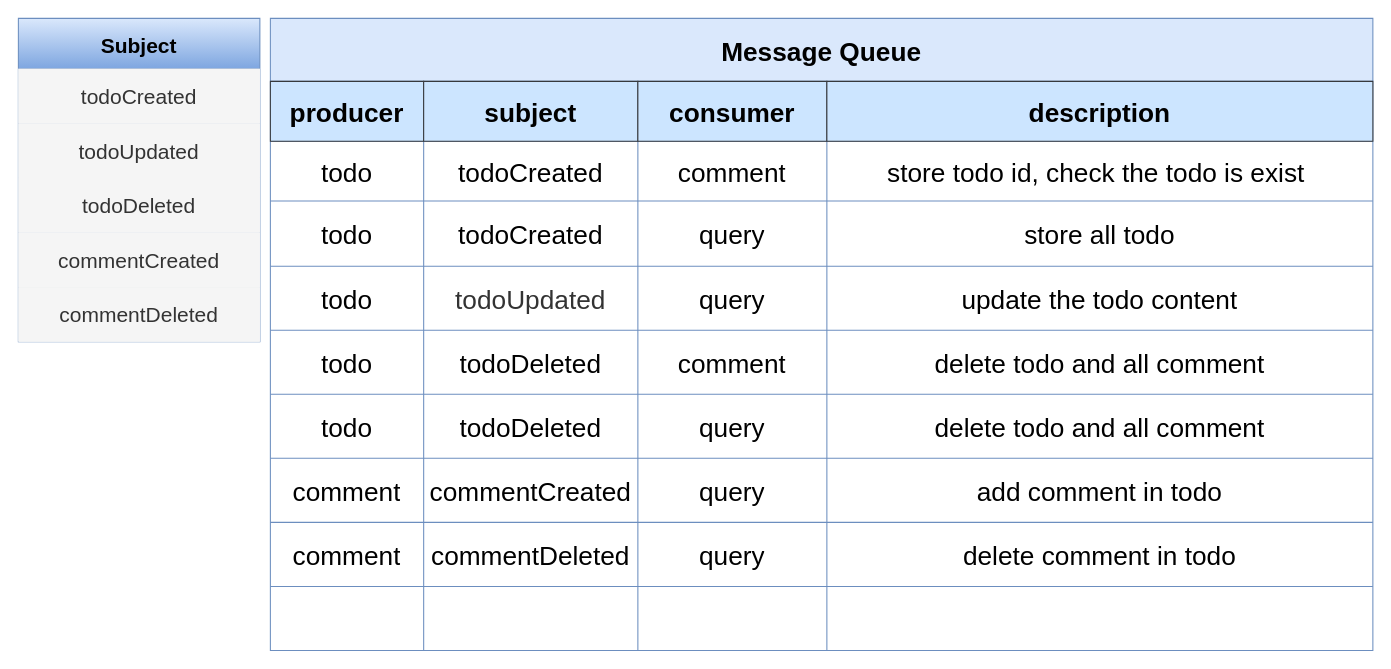
fan0223/TaskTracker keeps this draw.io diagram as page "第3頁" (3 of 3) of Untitled Diagram.drawio. Above is the earlier version. Source tidied: cells renumbered, new cells numbered last; positions are measured from the earlier drawing's top-left corner, leaving out a move shared by most shapes. Both pictures are drawn from the tidied source at 105%, with x=0, y=0 at pixel (18, 18).
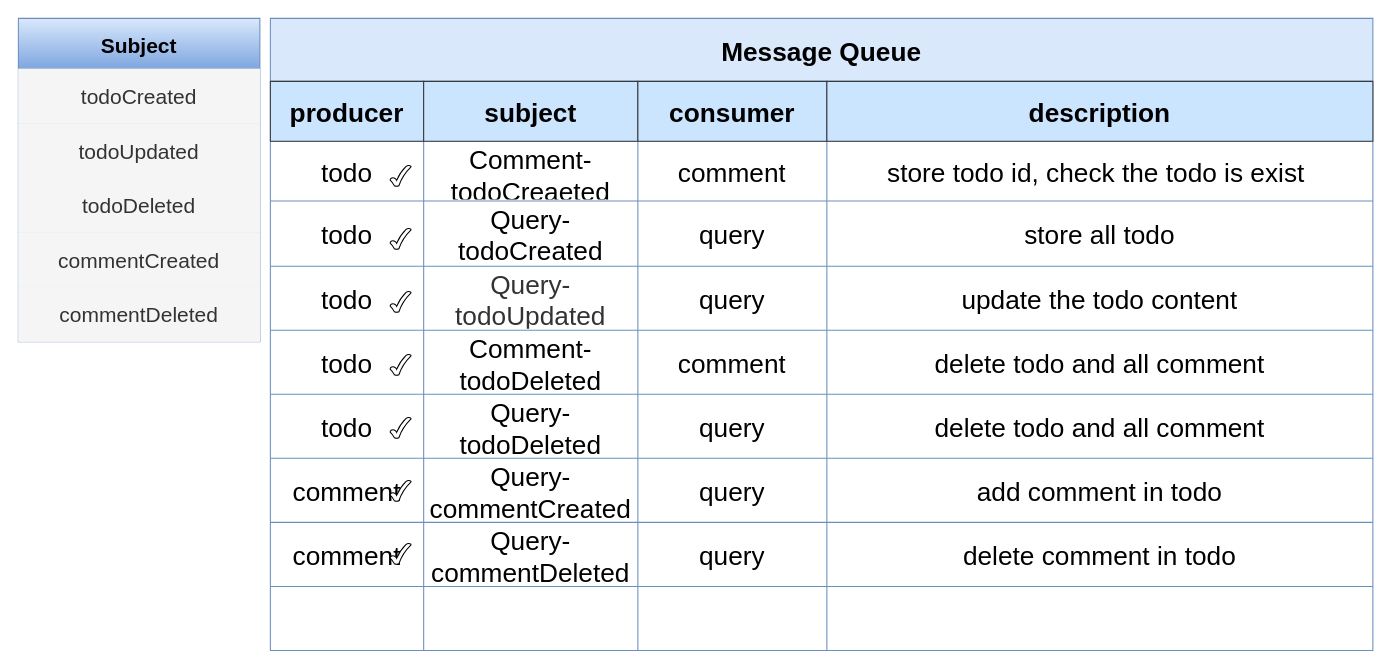
After the change.

Unchanged cells that the change refers to:
```xml
<mxCell id="8" style="shape=partialRectangle;html=1;whiteSpace=wrap;fillColor=none;top=0;left=0;bottom=0;right=0;fontSize=25;" parent="2" vertex="1">
  <mxGeometry y="117" width="1050" height="57" as="geometry" />
</mxCell>
<mxCell id="13" style="shape=partialRectangle;html=1;whiteSpace=wrap;fillColor=none;top=0;left=0;bottom=0;right=0;fontSize=25;" parent="2" vertex="1">
  <mxGeometry y="174" width="1050" height="62" as="geometry" />
</mxCell>
<mxCell id="18" style="shape=partialRectangle;html=1;whiteSpace=wrap;fillColor=none;top=0;left=0;bottom=0;right=0;fontSize=25;" parent="2" vertex="1">
  <mxGeometry y="236" width="1050" height="61" as="geometry" />
</mxCell>
<mxCell id="23" style="shape=partialRectangle;html=1;whiteSpace=wrap;fillColor=none;top=0;left=0;bottom=0;right=0;fontSize=25;" parent="2" vertex="1">
  <mxGeometry y="297" width="1050" height="61" as="geometry" />
</mxCell>
<mxCell id="28" style="shape=partialRectangle;html=1;whiteSpace=wrap;fillColor=none;top=0;left=0;bottom=0;right=0;fontSize=25;" parent="2" vertex="1">
  <mxGeometry y="358" width="1050" height="61" as="geometry" />
</mxCell>
<mxCell id="33" style="shape=partialRectangle;html=1;whiteSpace=wrap;fillColor=none;top=0;left=0;bottom=0;right=0;fontSize=25;" parent="2" vertex="1">
  <mxGeometry y="419" width="1050" height="61" as="geometry" />
</mxCell>
<mxCell id="38" style="shape=partialRectangle;html=1;whiteSpace=wrap;fillColor=none;top=0;left=0;bottom=0;right=0;fontSize=25;" parent="2" vertex="1">
  <mxGeometry y="480" width="1050" height="61" as="geometry" />
</mxCell>
```

What changed in the source:
```diff
@@
-    <mxCell id="10" value="todoCreated" style="shape=partialRectangle;html=1;whiteSpace=wrap;fillColor=none;top=0;left=0;bottom=0;right=0;overflow=hidden;fontSize=25;" parent="8" vertex="1">
+    <mxCell id="10" value="Comment-todoCreaeted" style="shape=partialRectangle;html=1;whiteSpace=wrap;fillColor=none;top=0;left=0;bottom=0;right=0;overflow=hidden;fontSize=25;" parent="8" vertex="1">
       <mxGeometry x="146" width="204" height="57" as="geometry" />
     </mxCell>
@@
-    <mxCell id="15" value="&lt;span&gt;todoCreated&lt;/span&gt;" style="shape=partialRectangle;html=1;whiteSpace=wrap;fillColor=none;top=0;left=0;bottom=0;right=0;overflow=hidden;fontSize=25;" parent="13" vertex="1">
+    <mxCell id="15" value="&lt;span&gt;Query-todoCreated&lt;/span&gt;" style="shape=partialRectangle;html=1;whiteSpace=wrap;fillColor=none;top=0;left=0;bottom=0;right=0;overflow=hidden;fontSize=25;" parent="13" vertex="1">
       <mxGeometry x="146" width="204" height="62" as="geometry" />
     </mxCell>
@@
-    <mxCell id="20" value="&lt;span style=&quot;color: rgb(51 , 51 , 51)&quot;&gt;&lt;font style=&quot;font-size: 25px&quot;&gt;todoUpdated&lt;/font&gt;&lt;/span&gt;" style="shape=partialRectangle;html=1;whiteSpace=wrap;fillColor=none;top=0;left=0;bottom=0;right=0;overflow=hidden;fontSize=25;" parent="18" vertex="1">
+    <mxCell id="20" value="&lt;span style=&quot;color: rgb(51 , 51 , 51)&quot;&gt;&lt;font style=&quot;font-size: 25px&quot;&gt;Query-todoUpdated&lt;/font&gt;&lt;/span&gt;" style="shape=partialRectangle;html=1;whiteSpace=wrap;fillColor=none;top=0;left=0;bottom=0;right=0;overflow=hidden;fontSize=25;" parent="18" vertex="1">
       <mxGeometry x="146" width="204" height="61" as="geometry" />
     </mxCell>
@@
-    <mxCell id="25" value="todoDeleted" style="shape=partialRectangle;html=1;whiteSpace=wrap;fillColor=none;top=0;left=0;bottom=0;right=0;overflow=hidden;fontSize=25;" parent="23" vertex="1">
+    <mxCell id="25" value="Comment-todoDeleted" style="shape=partialRectangle;html=1;whiteSpace=wrap;fillColor=none;top=0;left=0;bottom=0;right=0;overflow=hidden;fontSize=25;" parent="23" vertex="1">
       <mxGeometry x="146" width="204" height="61" as="geometry" />
     </mxCell>
@@
-    <mxCell id="30" value="&lt;span&gt;todoDeleted&lt;/span&gt;" style="shape=partialRectangle;html=1;whiteSpace=wrap;fillColor=none;top=0;left=0;bottom=0;right=0;overflow=hidden;fontSize=25;" parent="28" vertex="1">
+    <mxCell id="30" value="&lt;span&gt;Query-todoDeleted&lt;/span&gt;" style="shape=partialRectangle;html=1;whiteSpace=wrap;fillColor=none;top=0;left=0;bottom=0;right=0;overflow=hidden;fontSize=25;" parent="28" vertex="1">
       <mxGeometry x="146" width="204" height="61" as="geometry" />
     </mxCell>
@@
-    <mxCell id="35" value="commentCreated" style="shape=partialRectangle;html=1;whiteSpace=wrap;fillColor=none;top=0;left=0;bottom=0;right=0;overflow=hidden;fontSize=25;" parent="33" vertex="1">
+    <mxCell id="35" value="Query-commentCreated" style="shape=partialRectangle;html=1;whiteSpace=wrap;fillColor=none;top=0;left=0;bottom=0;right=0;overflow=hidden;fontSize=25;" parent="33" vertex="1">
       <mxGeometry x="146" width="204" height="61" as="geometry" />
     </mxCell>
@@
-    <mxCell id="40" value="&lt;span&gt;commentDeleted&lt;/span&gt;" style="shape=partialRectangle;html=1;whiteSpace=wrap;fillColor=none;top=0;left=0;bottom=0;right=0;overflow=hidden;fontSize=25;" parent="38" vertex="1">
+    <mxCell id="40" value="&lt;span&gt;Query-commentDeleted&lt;/span&gt;" style="shape=partialRectangle;html=1;whiteSpace=wrap;fillColor=none;top=0;left=0;bottom=0;right=0;overflow=hidden;fontSize=25;" parent="38" vertex="1">
       <mxGeometry x="146" width="204" height="61" as="geometry" />
     </mxCell>
@@
+    <mxCell id="59" style="verticalLabelPosition=bottom;verticalAlign=top;html=1;shape=mxgraph.basic.tick;" parent="1" vertex="1">
+      <mxGeometry x="354" y="140" width="20" height="20" as="geometry" />
+    </mxCell>
+    <mxCell id="60" style="verticalLabelPosition=bottom;verticalAlign=top;html=1;shape=mxgraph.basic.tick;" parent="1" vertex="1">
+      <mxGeometry x="354" y="200" width="20" height="20" as="geometry" />
+    </mxCell>
+    <mxCell id="61" style="verticalLabelPosition=bottom;verticalAlign=top;html=1;shape=mxgraph.basic.tick;" parent="1" vertex="1">
+      <mxGeometry x="354" y="260" width="20" height="20" as="geometry" />
+    </mxCell>
+    <mxCell id="62" style="verticalLabelPosition=bottom;verticalAlign=top;html=1;shape=mxgraph.basic.tick;" parent="1" vertex="1">
+      <mxGeometry x="354" y="320" width="20" height="20" as="geometry" />
+    </mxCell>
+    <mxCell id="63" style="verticalLabelPosition=bottom;verticalAlign=top;html=1;shape=mxgraph.basic.tick;" parent="1" vertex="1">
+      <mxGeometry x="354" y="380" width="20" height="20" as="geometry" />
+    </mxCell>
+    <mxCell id="64" style="verticalLabelPosition=bottom;verticalAlign=top;html=1;shape=mxgraph.basic.tick;" parent="1" vertex="1">
+      <mxGeometry x="354" y="440" width="20" height="20" as="geometry" />
+    </mxCell>
+    <mxCell id="65" style="verticalLabelPosition=bottom;verticalAlign=top;html=1;shape=mxgraph.basic.tick;" parent="1" vertex="1">
+      <mxGeometry x="354" y="500" width="20" height="20" as="geometry" />
+    </mxCell>
```
